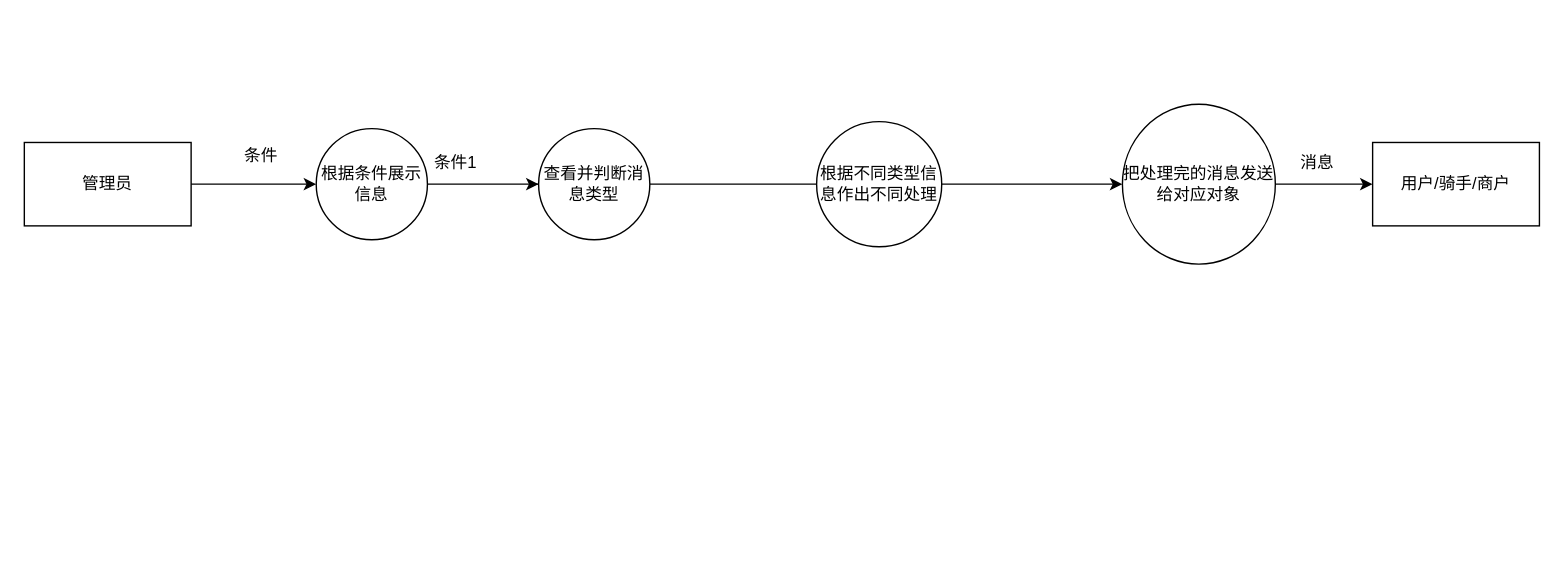
This is page "管理员目标系统模型" (5 of 11) of Untitled Diagram.drawio from czely/czely.github.io, a draw.io file, before an edit. Source tidied: cells renumbered, new cells numbered last; positions are measured from the earlier drawing's top-left corner, leaving out a move shared by most shapes. Both pictures are drawn from the tidied source at 139%, with x=0, y=0 at pixel (24, 104).
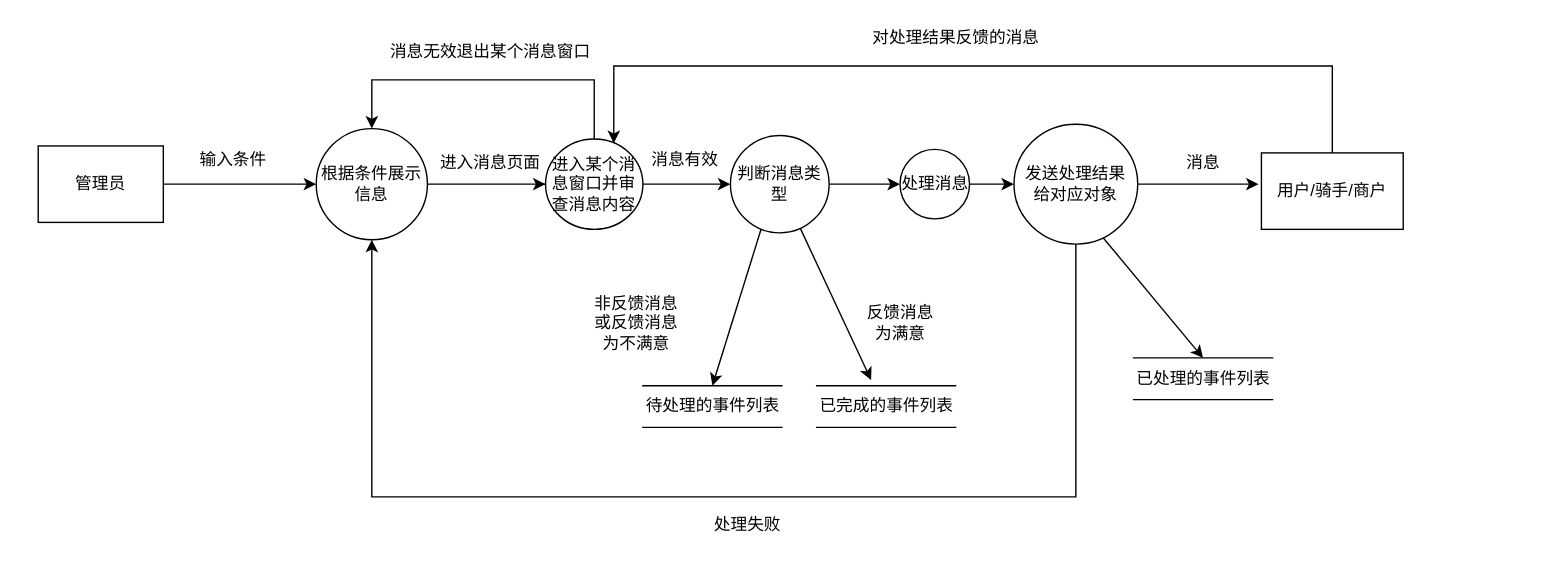
After the change.

Unchanged cells that the change refers to:
```xml
<mxCell id="12" value="根据条件展示信息" style="ellipse;whiteSpace=wrap;html=1;" parent="1" vertex="1">
  <mxGeometry x="210" y="17" width="80" height="80" as="geometry" />
</mxCell>
```

Change to the diagram source:
```diff
@@
     <mxCell id="3" value="管理员" style="rounded=0;whiteSpace=wrap;html=1;" parent="1" vertex="1">
-      <mxGeometry y="27" width="120" height="60" as="geometry" />
+      <mxGeometry x="10" y="29.5" width="90" height="55" as="geometry" />
     </mxCell>
-    <mxCell id="4" style="edgeStyle=orthogonalEdgeStyle;rounded=0;jettySize=auto;html=1;exitX=1;exitY=0.5;exitDx=0;exitDy=0;" parent="1" edge="1" source="5">
-      <mxGeometry relative="1" as="geometry">
-        <mxPoint x="630" y="52" as="targetPoint" />
-        <Array as="points">
-          <mxPoint x="630" y="57" />
-        </Array>
-      </mxGeometry>
-    </mxCell>
+    <mxCell id="16" style="edgeStyle=orthogonalEdgeStyle;rounded=0;jettySize=auto;html=1;exitX=0.5;exitY=0;exitDx=0;exitDy=0;entryX=0.5;entryY=0;entryDx=0;entryDy=0;" parent="1" edge="1" source="5" target="12">
+      <mxGeometry relative="1" as="geometry">
+        <Array as="points">
+          <mxPoint x="410" y="-18" />
+          <mxPoint x="250" y="-18" />
+        </Array>
+      </mxGeometry>
+    </mxCell>
+    <mxCell id="17" style="edgeStyle=orthogonalEdgeStyle;rounded=0;jettySize=auto;html=1;" parent="1" edge="1" source="5" target="7">
+      <mxGeometry relative="1" as="geometry" />
+    </mxCell>
-    <mxCell id="5" value="查看并判断消息类型" style="ellipse;whiteSpace=wrap;html=1;" parent="1" vertex="1">
-      <mxGeometry x="370" y="17" width="80" height="80" as="geometry" />
+    <mxCell id="5" value="进入某个消息窗口并审查消息内容" style="ellipse;whiteSpace=wrap;html=1;" parent="1" vertex="1">
+      <mxGeometry x="375" y="24.5" width="70" height="65" as="geometry" />
     </mxCell>
-    <mxCell id="6" style="edgeStyle=orthogonalEdgeStyle;rounded=0;jettySize=auto;html=1;exitX=1;exitY=0.5;exitDx=0;exitDy=0;" parent="1" edge="1" source="7">
-      <mxGeometry relative="1" as="geometry">
-        <mxPoint x="790" y="57" as="targetPoint" />
-      </mxGeometry>
-    </mxCell>
+    <mxCell id="18" style="edgeStyle=orthogonalEdgeStyle;rounded=0;jettySize=auto;html=1;" parent="1" edge="1" source="7" target="31">
+      <mxGeometry relative="1" as="geometry" />
+    </mxCell>
-    <mxCell id="7" value="根据不同类型信息作出不同处理" style="ellipse;whiteSpace=wrap;html=1;" parent="1" vertex="1">
-      <mxGeometry x="570" y="12" width="90" height="90" as="geometry" />
+    <mxCell id="7" value="判断消息类型" style="ellipse;whiteSpace=wrap;html=1;" parent="1" vertex="1">
+      <mxGeometry x="508" y="22" width="71" height="70" as="geometry" />
     </mxCell>
     <mxCell id="8" style="edgeStyle=orthogonalEdgeStyle;rounded=0;jettySize=auto;html=1;exitX=1;exitY=0.5;exitDx=0;exitDy=0;" parent="1" edge="1" source="9">
       <mxGeometry relative="1" as="geometry">
-        <mxPoint x="970" y="57" as="targetPoint" />
+        <mxPoint x="888" y="57" as="targetPoint" />
         <Array as="points">
-          <mxPoint x="960" y="57" />
+          <mxPoint x="878" y="57" />
         </Array>
       </mxGeometry>
     </mxCell>
+    <mxCell id="19" style="edgeStyle=orthogonalEdgeStyle;rounded=0;jettySize=auto;html=1;" parent="1" edge="1" source="9" target="12">
+      <mxGeometry relative="1" as="geometry">
+        <Array as="points">
+          <mxPoint x="757" y="282" />
+          <mxPoint x="250" y="282" />
+        </Array>
+      </mxGeometry>
+    </mxCell>
-    <mxCell id="9" value="把处理完的消息发送给对应对象" style="ellipse;whiteSpace=wrap;html=1;" parent="1" vertex="1">
-      <mxGeometry x="790" y="-0.5" width="110" height="115" as="geometry" />
+    <mxCell id="9" value="发送处理结果&lt;br&gt;给对应对象" style="ellipse;whiteSpace=wrap;html=1;" parent="1" vertex="1">
+      <mxGeometry x="712" y="13.9" width="89" height="86.2" as="geometry" />
     </mxCell>
+    <mxCell id="20" style="edgeStyle=orthogonalEdgeStyle;rounded=0;jettySize=auto;html=1;entryX=0.701;entryY=0.046;entryDx=0;entryDy=0;entryPerimeter=0;" parent="1" edge="1" source="10" target="5">
+      <mxGeometry relative="1" as="geometry">
+        <Array as="points">
+          <mxPoint x="941" y="-28" />
+          <mxPoint x="424" y="-28" />
+        </Array>
+      </mxGeometry>
+    </mxCell>
     <mxCell id="10" value="用户/骑手/商户" style="whiteSpace=wrap;html=1;" parent="1" vertex="1">
-      <mxGeometry x="970" y="27" width="120" height="60" as="geometry" />
+      <mxGeometry x="890" y="34.5" width="102" height="55" as="geometry" />
     </mxCell>
     <mxCell id="11" value="消息" style="text;html=1;align=center;verticalAlign=middle;" parent="1" vertex="1">
-      <mxGeometry x="910" y="32" width="40" height="20" as="geometry" />
+      <mxGeometry x="828" y="32" width="40" height="20" as="geometry" />
     </mxCell>
@@
-    <mxCell id="14" value="条件" style="text;html=1;align=center;verticalAlign=middle;" parent="1" vertex="1">
-      <mxGeometry x="150" y="27" width="40" height="20" as="geometry" />
+    <mxCell id="14" value="输入条件" style="text;html=1;align=center;verticalAlign=middle;" parent="1" vertex="1">
+      <mxGeometry x="120" y="29.5" width="60" height="20" as="geometry" />
     </mxCell>
-    <mxCell id="15" value="条件1" style="text;html=1;align=center;verticalAlign=middle;" parent="1" vertex="1">
-      <mxGeometry x="285" y="32" width="50" height="20" as="geometry" />
+    <mxCell id="15" value="进入消息页面" style="text;html=1;align=center;verticalAlign=middle;" parent="1" vertex="1">
+      <mxGeometry x="290" y="32" width="90" height="20" as="geometry" />
     </mxCell>
+    <mxCell id="21" value="已处理的事件列表" style="html=1;dashed=0;whitespace=wrap;shape=partialRectangle;right=0;left=0;" parent="1" vertex="1">
+      <mxGeometry x="798" y="182" width="100" height="30" as="geometry" />
+    </mxCell>
+    <mxCell id="22" value="对处理结果反馈的消息" style="text;html=1;align=center;verticalAlign=middle;" parent="1" vertex="1">
+      <mxGeometry x="600" y="-58" width="140" height="20" as="geometry" />
+    </mxCell>
+    <mxCell id="23" value="待处理的事件列表" style="html=1;dashed=0;whitespace=wrap;shape=partialRectangle;right=0;left=0;" parent="1" vertex="1">
+      <mxGeometry x="445" y="202" width="100" height="30" as="geometry" />
+    </mxCell>
+    <mxCell id="24" value="消息无效退出某个消息窗口" style="text;html=1;align=center;verticalAlign=middle;" parent="1" vertex="1">
+      <mxGeometry x="255" y="-48" width="160" height="20" as="geometry" />
+    </mxCell>
+    <mxCell id="25" value="已完成的事件列表" style="html=1;dashed=0;whitespace=wrap;shape=partialRectangle;right=0;left=0;" parent="1" vertex="1">
+      <mxGeometry x="570" y="202" width="100" height="30" as="geometry" />
+    </mxCell>
+    <mxCell id="26" value="非反馈消息&lt;br&gt;或反馈消息&lt;br&gt;为不满意" style="text;html=1;align=center;verticalAlign=middle;" parent="1" vertex="1">
+      <mxGeometry x="400" y="132" width="80" height="50" as="geometry" />
+    </mxCell>
+    <mxCell id="27" value="反馈消息&lt;br&gt;为满意" style="text;html=1;align=center;verticalAlign=middle;" parent="1" vertex="1">
+      <mxGeometry x="600" y="142" width="60" height="30" as="geometry" />
+    </mxCell>
+    <mxCell id="28" style="endArrow=classic;html=1;exitX=0.722;exitY=0.949;exitDx=0;exitDy=0;exitPerimeter=0;entryX=0.5;entryY=0;entryDx=0;entryDy=0;" parent="1" edge="1" source="9" target="21">
+      <mxGeometry relative="1" as="geometry" />
+    </mxCell>
+    <mxCell id="29" value="处理失败" style="text;html=1;align=center;verticalAlign=middle;" parent="1" vertex="1">
+      <mxGeometry x="490" y="292" width="60" height="20" as="geometry" />
+    </mxCell>
+    <mxCell id="30" style="edgeStyle=orthogonalEdgeStyle;rounded=0;jettySize=auto;html=1;" parent="1" edge="1" source="31" target="9">
+      <mxGeometry relative="1" as="geometry" />
+    </mxCell>
+    <mxCell id="31" value="处理消息" style="shape=ellipse;html=1;dashed=0;whitespace=wrap;perimeter=ellipsePerimeter;" parent="1" vertex="1">
+      <mxGeometry x="630" y="32" width="50" height="50" as="geometry" />
+    </mxCell>
+    <mxCell id="32" style="edgeStyle=orthogonalEdgeStyle;rounded=0;orthogonalLoop=1;jettySize=auto;html=1;exitX=0.5;exitY=1;exitDx=0;exitDy=0;" parent="1" edge="1" source="25" target="25">
+      <mxGeometry relative="1" as="geometry" />
+    </mxCell>
+    <mxCell id="33" value="消息有效" style="text;html=1;align=center;verticalAlign=middle;" parent="1" vertex="1">
+      <mxGeometry x="445" y="29.5" width="60" height="20" as="geometry" />
+    </mxCell>
+    <mxCell id="34" style="endArrow=classic;html=1;entryX=0.392;entryY=-0.137;entryDx=0;entryDy=0;entryPerimeter=0;" parent="1" edge="1" source="7" target="25">
+      <mxGeometry relative="1" as="geometry" />
+    </mxCell>
+    <mxCell id="35" style="endArrow=classic;html=1;exitX=0.31;exitY=0.964;exitDx=0;exitDy=0;exitPerimeter=0;entryX=0.5;entryY=0;entryDx=0;entryDy=0;" parent="1" edge="1" source="7" target="23">
+      <mxGeometry relative="1" as="geometry" />
+    </mxCell>
```
